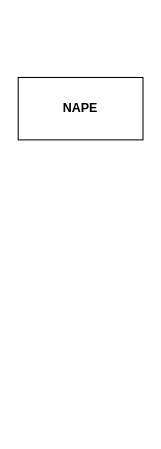
The draw.io diagram model.drawio in Atzetra/Model, before the edit. Source tidied: cells renumbered, new cells numbered last; positions are measured from the earlier drawing's top-left corner, leaving out a move shared by most shapes. Both pictures are drawn from the tidied source at 104%, with x=0, y=0 at pixel (18, 77).
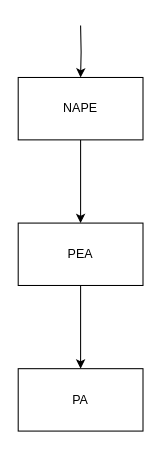
The same page after the edit.

What changed in the source:
```diff
@@
 <mxGraphModel>
   <root>
     <mxCell id="0" />
     <mxCell id="1" parent="0" />
+    <mxCell id="3" style="edgeStyle=orthogonalEdgeStyle;rounded=0;jettySize=auto;html=1;exitX=0.5;exitY=0;exitDx=0;exitDy=0;entryX=0.5;entryY=0;entryDx=0;entryDy=0;" parent="1" edge="1" target="2">
+      <mxGeometry relative="1" as="geometry">
+        <mxPoint x="60" y="-50" as="sourcePoint" />
+      </mxGeometry>
+    </mxCell>
+    <mxCell id="4" style="edgeStyle=orthogonalEdgeStyle;rounded=0;jettySize=auto;html=1;" parent="1" edge="1" source="2" target="6">
+      <mxGeometry relative="1" as="geometry" />
+    </mxCell>
-    <mxCell id="2" value="NAPE" style="rounded=0;whiteSpace=wrap;html=1;fontStyle=1;" parent="1" vertex="1">
+    <mxCell id="2" value="NAPE" style="rounded=0;whiteSpace=wrap;html=1;" parent="1" vertex="1">
       <mxGeometry width="120" height="60" as="geometry" />
     </mxCell>
+    <mxCell id="5" style="edgeStyle=orthogonalEdgeStyle;rounded=0;jettySize=auto;html=1;" parent="1" edge="1" source="6" target="7">
+      <mxGeometry relative="1" as="geometry" />
+    </mxCell>
+    <mxCell id="6" value="PEA" style="rounded=0;whiteSpace=wrap;html=1;" parent="1" vertex="1">
+      <mxGeometry y="140" width="120" height="60" as="geometry" />
+    </mxCell>
+    <mxCell id="7" value="PA" style="whiteSpace=wrap;html=1;rounded=0;" parent="1" vertex="1">
+      <mxGeometry y="280" width="120" height="60" as="geometry" />
+    </mxCell>
   </root>
 </mxGraphModel>
```
